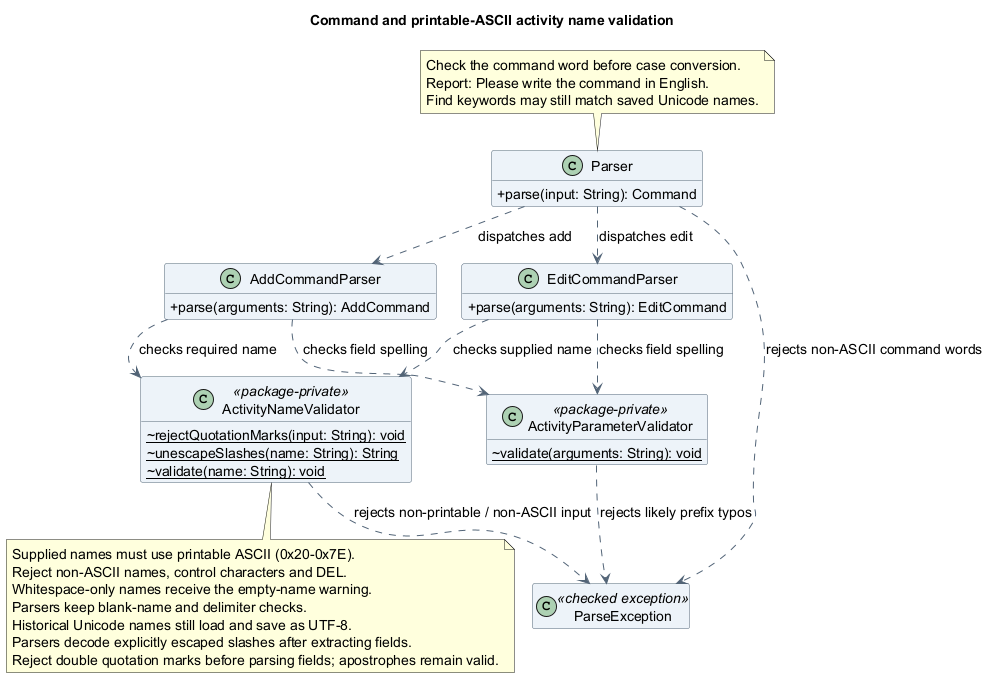
The PlantUML diagram docs/images/atharva/class/ActivityNameValidatorClassDiagram.png in AY2627S1-CS2113-T10-4/tp, before a commit.
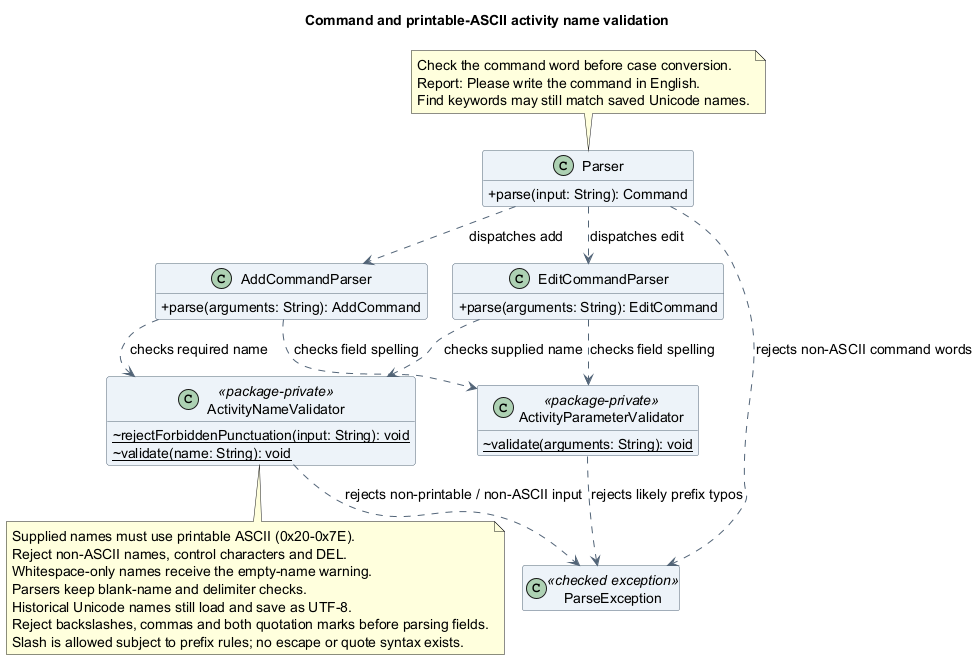
Above is the later version.

Change to the diagram source:
```diff
@@ -24,8 +24,7 @@
   ~{static} validate(arguments: String): void
 }
 class ActivityNameValidator <<package-private>> {
-  ~{static} rejectQuotationMarks(input: String): void
-  ~{static} unescapeSlashes(name: String): String
+  ~{static} rejectForbiddenPunctuation(input: String): void
   ~{static} validate(name: String): void
 }
 class ParseException <<checked exception>>
@@ -52,7 +51,7 @@
   Whitespace-only names receive the empty-name warning.
   Parsers keep blank-name and delimiter checks.
   Historical Unicode names still load and save as UTF-8.
-  Parsers decode explicitly escaped slashes after extracting fields.
-  Reject double quotation marks before parsing fields; apostrophes remain valid.
+  Reject backslashes, commas and both quotation marks before parsing fields.
+  Slash is allowed subject to prefix rules; no escape or quote syntax exists.
 end note
 @enduml
```
